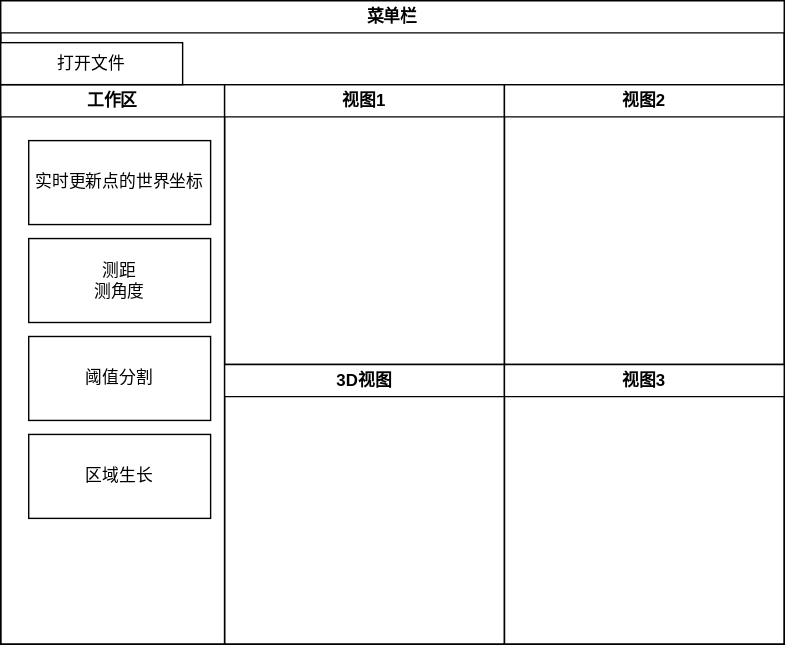
The draw.io diagram medical_xitongsheji.drawio.svg in Dong-J93/_pictures, before a commit. Source tidied: cells renumbered, new cells last; positions are measured from the earlier drawing's top-left corner, leaving out a move shared by most shapes.
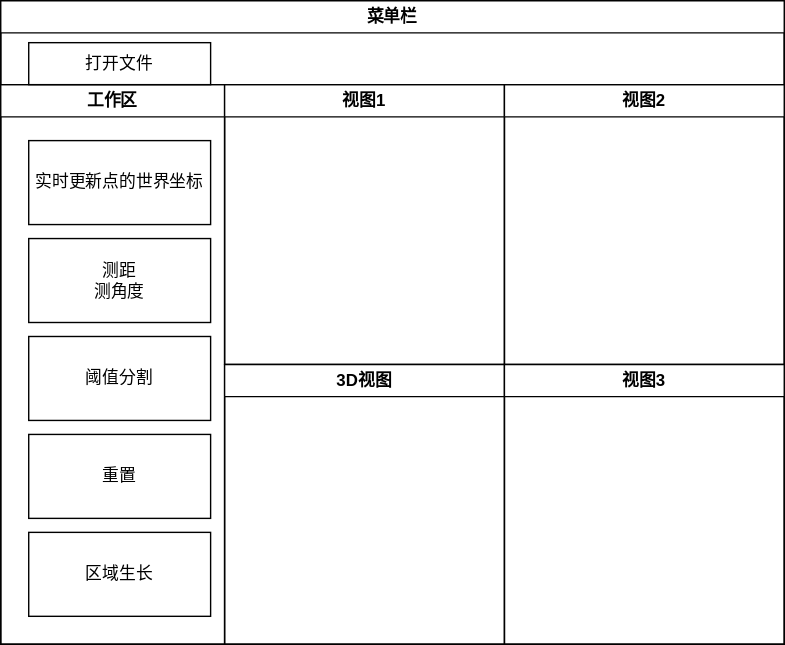
Later version of the same file.

The edit, as a diff of the source:
```diff
@@ -18,8 +18,11 @@
       <mxGeometry x="20" y="180" width="130" height="60" as="geometry" />
     </mxCell>
     <mxCell id="7" value="区域生长" style="rounded=0;whiteSpace=wrap;html=1;" parent="3" vertex="1">
-      <mxGeometry x="20" y="250" width="130" height="60" as="geometry" />
+      <mxGeometry x="20" y="320" width="130" height="60" as="geometry" />
     </mxCell>
+    <mxCell id="14" value="重置" style="rounded=0;whiteSpace=wrap;html=1;" parent="3" vertex="1">
+      <mxGeometry x="20" y="250" width="130" height="60" as="geometry" />
+    </mxCell>
     <mxCell id="8" value="视图1" style="swimlane;whiteSpace=wrap;html=1;" parent="2" vertex="1">
       <mxGeometry x="160" y="60" width="200" height="200" as="geometry" />
     </mxCell>
@@ -36,7 +39,7 @@
       <mxGeometry width="560" height="60" as="geometry" />
     </mxCell>
     <mxCell id="13" value="打开文件" style="rounded=0;whiteSpace=wrap;html=1;" parent="12" vertex="1">
-      <mxGeometry y="30" width="130" height="30" as="geometry" />
+      <mxGeometry x="20" y="30" width="130" height="30" as="geometry" />
     </mxCell>
   </root>
 </mxGraphModel>
```
